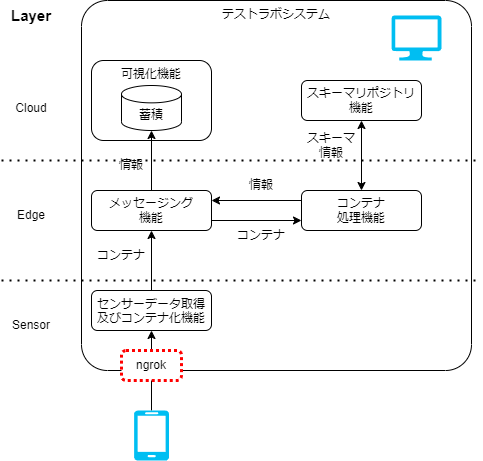
The draw.io diagram docs/testlab_system/environment/overview_target7.drawio.png in data-container-for-wearable-sensor/StartGuide, before a commit. Source tidied: cells renumbered, new cells last; positions are measured from the earlier drawing's top-left corner, leaving out a move shared by most shapes. Its diagram source:
```xml
<mxGraphModel>
  <root>
    <mxCell id="0" />
    <mxCell id="1" parent="0" />
    <mxCell id="2" value="テストラボシステム" style="rounded=1;whiteSpace=wrap;html=1;fillColor=none;align=center;verticalAlign=top;arcSize=7;" parent="1" vertex="1">
      <mxGeometry x="80" width="390" height="370" as="geometry" />
    </mxCell>
    <mxCell id="3" style="edgeStyle=none;html=1;" parent="1" edge="1" source="4" target="6">
      <mxGeometry relative="1" as="geometry" />
    </mxCell>
    <mxCell id="4" value="センサーデータ取得及びコンテナ化機能" style="rounded=1;whiteSpace=wrap;html=1;fillColor=none;verticalAlign=top;" parent="1" vertex="1">
      <mxGeometry x="90" y="290" width="120" height="40" as="geometry" />
    </mxCell>
    <mxCell id="5" style="edgeStyle=none;html=1;" parent="1" edge="1" source="6" target="13">
      <mxGeometry relative="1" as="geometry" />
    </mxCell>
    <mxCell id="6" value="メッセージング&lt;br&gt;機能" style="rounded=1;whiteSpace=wrap;html=1;fillColor=none;" parent="1" vertex="1">
      <mxGeometry x="90" y="190" width="120" height="40" as="geometry" />
    </mxCell>
    <mxCell id="7" value="コンテナ&lt;br&gt;処理機能" style="rounded=1;whiteSpace=wrap;html=1;fillColor=none;" parent="1" vertex="1">
      <mxGeometry x="300" y="190" width="120" height="40" as="geometry" />
    </mxCell>
    <mxCell id="8" value="情報" style="text;html=1;strokeColor=none;fillColor=none;align=center;verticalAlign=middle;whiteSpace=wrap;rounded=0;" parent="1" vertex="1">
      <mxGeometry x="100" y="150" width="60" height="30" as="geometry" />
    </mxCell>
    <mxCell id="9" value="コンテナ" style="text;html=1;strokeColor=none;fillColor=none;align=center;verticalAlign=middle;whiteSpace=wrap;rounded=0;" parent="1" vertex="1">
      <mxGeometry x="90" y="240" width="60" height="30" as="geometry" />
    </mxCell>
    <mxCell id="10" style="endArrow=classic;html=1;exitX=1;exitY=0.75;exitDx=0;exitDy=0;entryX=0;entryY=0.75;entryDx=0;entryDy=0;" parent="1" edge="1" source="6" target="7">
      <mxGeometry relative="1" as="geometry" />
    </mxCell>
    <mxCell id="11" style="endArrow=classic;html=1;exitX=0;exitY=0.25;exitDx=0;exitDy=0;entryX=1;entryY=0.25;entryDx=0;entryDy=0;" parent="1" edge="1" source="7" target="6">
      <mxGeometry relative="1" as="geometry" />
    </mxCell>
    <mxCell id="12" value="スキーマリポジトリ機能" style="rounded=1;whiteSpace=wrap;html=1;fillColor=none;" parent="1" vertex="1">
      <mxGeometry x="300" y="80" width="120" height="40" as="geometry" />
    </mxCell>
    <mxCell id="13" value="蓄積" style="shape=cylinder3;whiteSpace=wrap;html=1;boundedLbl=1;backgroundOutline=1;size=8.676963806152344;" parent="1" vertex="1">
      <mxGeometry x="120" y="85" width="60" height="45" as="geometry" />
    </mxCell>
    <mxCell id="14" value="コンテナ" style="text;html=1;strokeColor=none;fillColor=none;align=center;verticalAlign=middle;whiteSpace=wrap;rounded=0;" parent="1" vertex="1">
      <mxGeometry x="230" y="220" width="60" height="30" as="geometry" />
    </mxCell>
    <mxCell id="15" value="情報" style="text;html=1;strokeColor=none;fillColor=none;align=center;verticalAlign=middle;whiteSpace=wrap;rounded=0;" parent="1" vertex="1">
      <mxGeometry x="230" y="170" width="60" height="30" as="geometry" />
    </mxCell>
    <mxCell id="16" value="スキーマ情報" style="text;html=1;strokeColor=none;fillColor=none;align=center;verticalAlign=middle;whiteSpace=wrap;rounded=0;" parent="1" vertex="1">
      <mxGeometry x="300" y="130" width="60" height="30" as="geometry" />
    </mxCell>
    <mxCell id="17" style="endArrow=classic;startArrow=classic;html=1;entryX=0.5;entryY=1;entryDx=0;entryDy=0;exitX=0.5;exitY=0;exitDx=0;exitDy=0;" parent="1" edge="1" source="7" target="12">
      <mxGeometry relative="1" as="geometry" />
    </mxCell>
    <mxCell id="18" style="edgeStyle=none;html=1;" parent="1" edge="1" source="19" target="4">
      <mxGeometry relative="1" as="geometry" />
    </mxCell>
    <mxCell id="19" style="verticalLabelPosition=bottom;html=1;verticalAlign=top;align=center;strokeColor=none;fillColor=#00BEF2;shape=mxgraph.azure.mobile;" parent="1" vertex="1">
      <mxGeometry x="132.5" y="410" width="35" height="50" as="geometry" />
    </mxCell>
    <mxCell id="20" style="verticalLabelPosition=bottom;html=1;verticalAlign=top;align=center;strokeColor=none;fillColor=#00BEF2;shape=mxgraph.azure.computer;" parent="1" vertex="1">
      <mxGeometry x="390" y="15" width="50" height="45" as="geometry" />
    </mxCell>
    <mxCell id="21" value="可視化機能" style="rounded=1;whiteSpace=wrap;html=1;fillColor=none;verticalAlign=top;" parent="1" vertex="1">
      <mxGeometry x="90" y="60" width="120" height="80" as="geometry" />
    </mxCell>
    <mxCell id="22" style="endArrow=none;dashed=1;html=1;dashPattern=1 3;strokeWidth=2;" parent="1" edge="1">
      <mxGeometry relative="1" as="geometry">
        <mxPoint y="160" as="sourcePoint" />
        <mxPoint x="480" y="160" as="targetPoint" />
      </mxGeometry>
    </mxCell>
    <mxCell id="23" style="endArrow=none;dashed=1;html=1;dashPattern=1 3;strokeWidth=2;" parent="1" edge="1">
      <mxGeometry relative="1" as="geometry">
        <mxPoint y="280" as="sourcePoint" />
        <mxPoint x="480" y="280" as="targetPoint" />
      </mxGeometry>
    </mxCell>
    <mxCell id="24" value="Cloud" style="text;html=1;strokeColor=none;fillColor=none;align=center;verticalAlign=middle;whiteSpace=wrap;rounded=0;" parent="1" vertex="1">
      <mxGeometry y="92.5" width="60" height="30" as="geometry" />
    </mxCell>
    <mxCell id="25" value="Layer" style="text;html=1;strokeColor=none;fillColor=none;align=center;verticalAlign=middle;whiteSpace=wrap;rounded=0;fontStyle=1;fontSize=15;" parent="1" vertex="1">
      <mxGeometry width="60" height="30" as="geometry" />
    </mxCell>
    <mxCell id="26" value="Edge" style="text;html=1;strokeColor=none;fillColor=none;align=center;verticalAlign=middle;whiteSpace=wrap;rounded=0;" parent="1" vertex="1">
      <mxGeometry y="200" width="60" height="30" as="geometry" />
    </mxCell>
    <mxCell id="27" value="Sensor" style="text;html=1;strokeColor=none;fillColor=none;align=center;verticalAlign=middle;whiteSpace=wrap;rounded=0;" parent="1" vertex="1">
      <mxGeometry y="310" width="60" height="30" as="geometry" />
    </mxCell>
    <mxCell id="28" value="ngrok" style="rounded=1;whiteSpace=wrap;html=1;strokeColor=#FF0000;strokeWidth=3;dashed=1;dashPattern=1 1;" parent="1" vertex="1">
      <mxGeometry x="120" y="350" width="60" height="30" as="geometry" />
    </mxCell>
  </root>
</mxGraphModel>
```
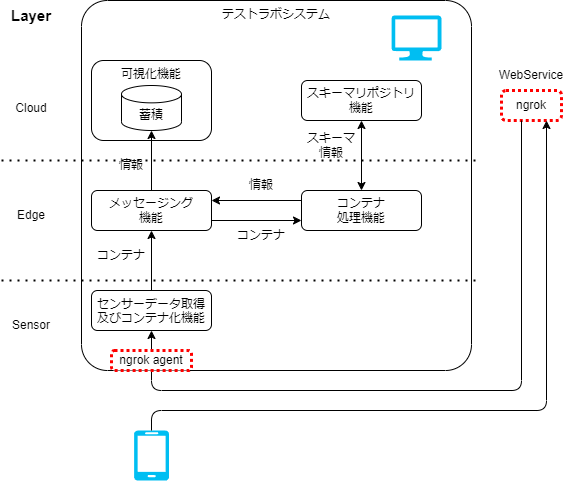
Later version of the same file.

Commit message:
ngrokの書きこみを修正

Change to the diagram source:
```diff
@@ -50,11 +50,11 @@
     <mxCell id="17" style="endArrow=classic;startArrow=classic;html=1;entryX=0.5;entryY=1;entryDx=0;entryDy=0;exitX=0.5;exitY=0;exitDx=0;exitDy=0;" parent="1" edge="1" source="7" target="12">
       <mxGeometry relative="1" as="geometry" />
     </mxCell>
-    <mxCell id="18" style="edgeStyle=none;html=1;" parent="1" edge="1" source="19" target="4">
-      <mxGeometry relative="1" as="geometry" />
-    </mxCell>
+    <mxCell id="29" style="edgeStyle=none;html=1;startArrow=none;" parent="1" edge="1" source="33" target="4">
+      <mxGeometry relative="1" as="geometry" />
+    </mxCell>
     <mxCell id="19" style="verticalLabelPosition=bottom;html=1;verticalAlign=top;align=center;strokeColor=none;fillColor=#00BEF2;shape=mxgraph.azure.mobile;" parent="1" vertex="1">
-      <mxGeometry x="132.5" y="410" width="35" height="50" as="geometry" />
+      <mxGeometry x="132.5" y="430" width="35" height="50" as="geometry" />
     </mxCell>
     <mxCell id="20" style="verticalLabelPosition=bottom;html=1;verticalAlign=top;align=center;strokeColor=none;fillColor=#00BEF2;shape=mxgraph.azure.computer;" parent="1" vertex="1">
       <mxGeometry x="390" y="15" width="50" height="45" as="geometry" />
@@ -87,7 +87,30 @@
       <mxGeometry y="310" width="60" height="30" as="geometry" />
     </mxCell>
     <mxCell id="28" value="ngrok" style="rounded=1;whiteSpace=wrap;html=1;strokeColor=#FF0000;strokeWidth=3;dashed=1;dashPattern=1 1;" parent="1" vertex="1">
-      <mxGeometry x="120" y="350" width="60" height="30" as="geometry" />
+      <mxGeometry x="500" y="90" width="60" height="30" as="geometry" />
     </mxCell>
+    <mxCell id="30" value="WebService" style="text;html=1;strokeColor=none;fillColor=none;align=center;verticalAlign=middle;whiteSpace=wrap;rounded=0;" parent="1" vertex="1">
+      <mxGeometry x="500" y="70" width="60" height="10" as="geometry" />
+    </mxCell>
+    <mxCell id="31" style="edgeStyle=none;html=1;exitX=0.5;exitY=0;exitDx=0;exitDy=0;exitPerimeter=0;entryX=0.75;entryY=1;entryDx=0;entryDy=0;" parent="1" edge="1" source="19" target="28">
+      <mxGeometry relative="1" as="geometry">
+        <Array as="points">
+          <mxPoint x="150" y="410" />
+          <mxPoint x="545" y="410" />
+        </Array>
+      </mxGeometry>
+    </mxCell>
+    <mxCell id="32" style="edgeStyle=none;html=1;endArrow=none;" parent="1" edge="1" target="33">
+      <mxGeometry relative="1" as="geometry">
+        <mxPoint x="520" y="120" as="sourcePoint" />
+        <Array as="points">
+          <mxPoint x="520" y="390" />
+          <mxPoint x="150" y="390" />
+        </Array>
+      </mxGeometry>
+    </mxCell>
+    <mxCell id="33" value="ngrok agent" style="rounded=1;whiteSpace=wrap;html=1;strokeColor=#FF0000;strokeWidth=3;dashed=1;dashPattern=1 1;" parent="1" vertex="1">
+      <mxGeometry x="110" y="350" width="80" height="20" as="geometry" />
+    </mxCell>
   </root>
 </mxGraphModel>
```
